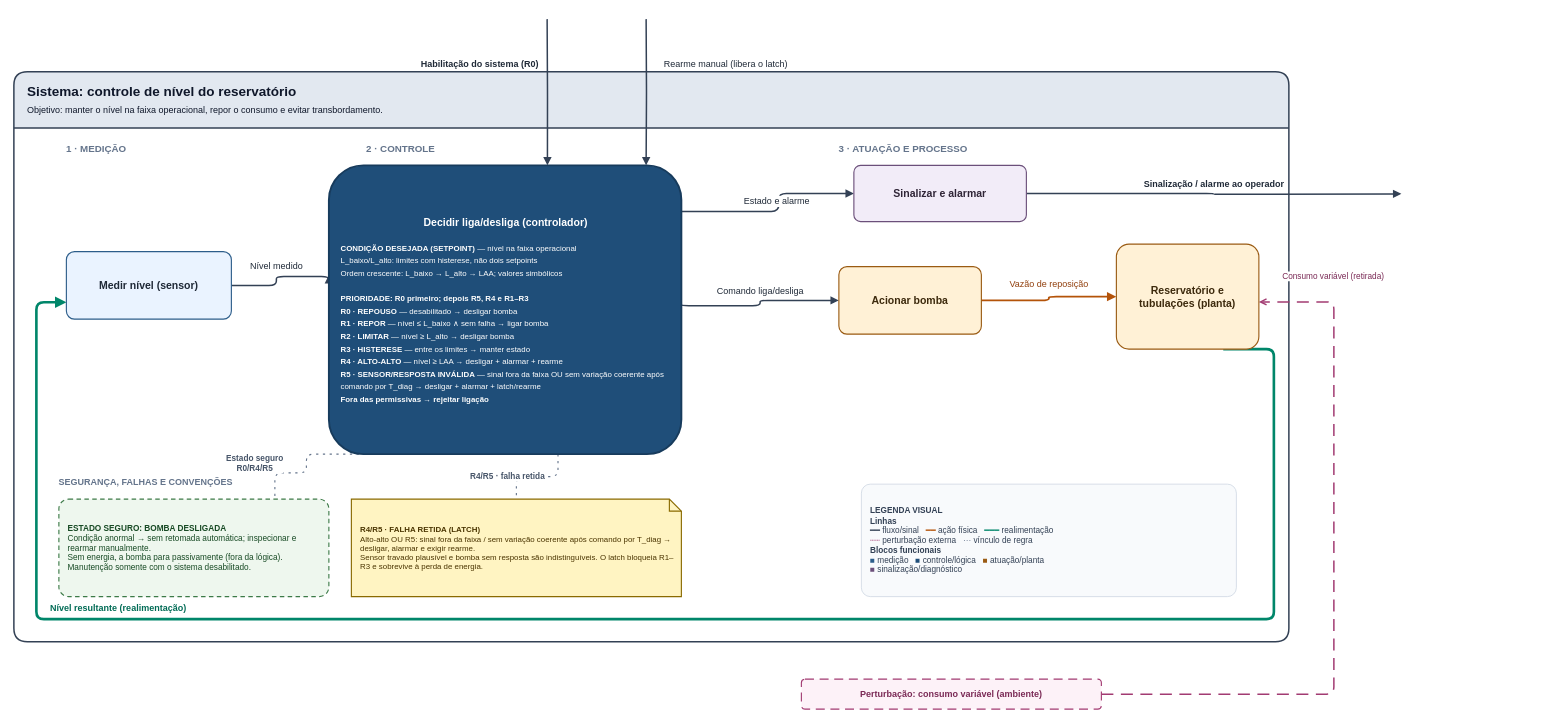
This is atividades/TP01-fundamentos/reservatorio/diagrama.drawio from MarceloMarcolino/USJT-2026.2-Sistemas-Automatizados, a draw.io file, before an edit. Source tidied: cells renumbered, new cells numbered last; positions are measured from the earlier drawing's top-left corner, leaving out a move shared by most shapes. Both pictures are drawn from the tidied source at 75%, with x=0, y=0 at pixel (14, 19).
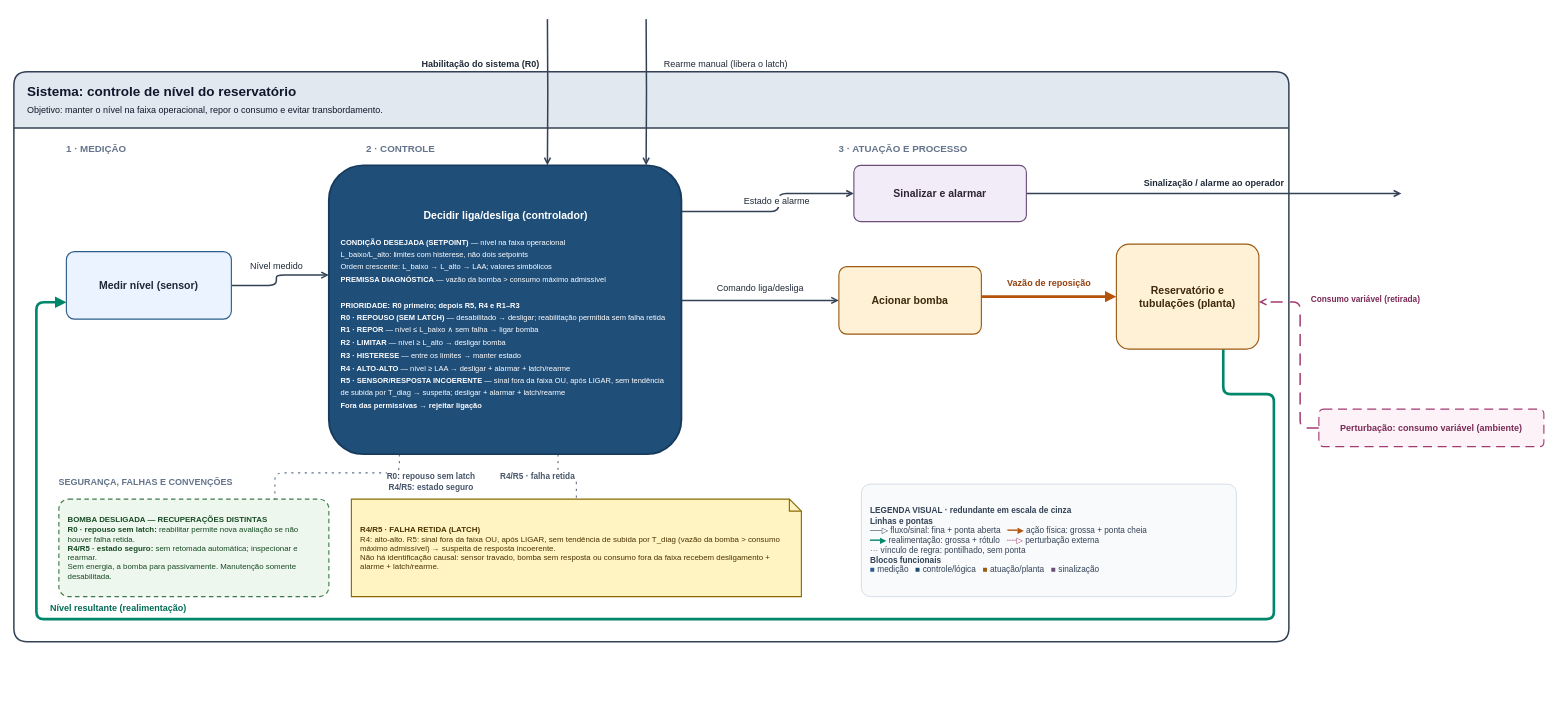
The same diagram, later.

Unchanged cells that the change refers to:
```xml
<mxCell id="18" value="Medir nível (sensor)" style="rounded=1;arcSize=12;whiteSpace=wrap;html=1;fillColor=#EAF3FF;strokeColor=#2C5D8A;strokeWidth=1.5;fontFamily=Helvetica;fontSize=14;fontStyle=1;fontColor=#1F2937;spacing=10;shadow=0;" parent="1" vertex="1">
  <mxGeometry x="70" y="310" width="220" height="90" as="geometry" />
</mxCell>
<mxCell id="20" value="Sinalizar e alarmar" style="rounded=1;arcSize=12;whiteSpace=wrap;html=1;fillColor=#F2ECF8;strokeColor=#6B4F7A;strokeWidth=1.5;fontFamily=Helvetica;fontSize=14;fontStyle=1;fontColor=#2F2436;spacing=10;shadow=0;" parent="1" vertex="1">
  <mxGeometry x="1120" y="195" width="230" height="75" as="geometry" />
</mxCell>
<mxCell id="21" value="Acionar bomba" style="rounded=1;arcSize=12;whiteSpace=wrap;html=1;fillColor=#FFF1D6;strokeColor=#9A5B13;strokeWidth=1.5;fontFamily=Helvetica;fontSize=14;fontStyle=1;fontColor=#3D2A0D;spacing=10;shadow=0;" parent="1" vertex="1">
  <mxGeometry x="1100" y="330" width="190" height="90" as="geometry" />
</mxCell>
<mxCell id="22" value="Reservatório e tubulações (planta)" style="rounded=1;arcSize=12;whiteSpace=wrap;html=1;fillColor=#FFF1D6;strokeColor=#9A5B13;strokeWidth=1.5;fontFamily=Helvetica;fontSize=14;fontStyle=1;fontColor=#3D2A0D;spacing=10;shadow=0;" parent="1" vertex="1">
  <mxGeometry x="1470" y="300" width="190" height="140" as="geometry" />
</mxCell>
```

The edit, as a diff of the source:
```diff
@@
-    <mxCell id="3" value="Comando liga/desliga" style="edgeStyle=orthogonalEdgeStyle;rounded=1;jettySize=auto;html=1;exitX=1;exitY=0.48;exitDx=0;exitDy=0;entryX=0;entryY=0.5;entryDx=0;entryDy=0;endArrow=block;endFill=1;strokeColor=#334155;strokeWidth=2;fontFamily=Helvetica;fontSize=12;fontColor=#1F2937;labelBackgroundColor=#FFFFFF;" parent="1" edge="1" source="19" target="21">
+    <mxCell id="3" value="Comando liga/desliga" style="edgeStyle=orthogonalEdgeStyle;rounded=1;jettySize=auto;html=1;exitX=1;exitY=0.4675324675;exitDx=0;exitDy=0;entryX=0;entryY=0.5;entryDx=0;entryDy=0;endArrow=open;endFill=0;strokeColor=#334155;strokeWidth=2;fontFamily=Helvetica;fontSize=12;fontColor=#1F2937;labelBackgroundColor=#FFFFFF;" parent="1" edge="1" source="19" target="21">
       <mxGeometry relative="1" as="geometry">
-        <Array as="points">
-          <mxPoint x="995" y="382" />
-          <mxPoint x="995" y="375" />
-        </Array>
         <mxPoint y="-16" as="offset" />
       </mxGeometry>
     </mxCell>
-    <mxCell id="4" value="Estado e alarme" style="edgeStyle=orthogonalEdgeStyle;rounded=1;jettySize=auto;html=1;exitX=1;exitY=0.16;exitDx=0;exitDy=0;entryX=0;entryY=0.5;entryDx=0;entryDy=0;endArrow=block;endFill=1;strokeColor=#334155;strokeWidth=2;fontFamily=Helvetica;fontSize=12;fontColor=#1F2937;labelBackgroundColor=#FFFFFF;" parent="1" edge="1" source="19" target="20">
+    <mxCell id="4" value="Estado e alarme" style="edgeStyle=orthogonalEdgeStyle;rounded=1;jettySize=auto;html=1;exitX=1;exitY=0.16;exitDx=0;exitDy=0;entryX=0;entryY=0.5;entryDx=0;entryDy=0;endArrow=open;endFill=0;strokeColor=#334155;strokeWidth=2;fontFamily=Helvetica;fontSize=12;fontColor=#1F2937;labelBackgroundColor=#FFFFFF;" parent="1" edge="1" source="19" target="20">
       <mxGeometry relative="1" as="geometry">
         <Array as="points">
-          <mxPoint x="1020" y="257" />
-          <mxPoint x="1020" y="233" />
+          <mxPoint x="1020" y="256.6" />
+          <mxPoint x="1020" y="232.5" />
         </Array>
         <mxPoint y="-14" as="offset" />
       </mxGeometry>
     </mxCell>
-    <mxCell id="5" value="Habilitação do sistema (R0)" style="edgeStyle=orthogonalEdgeStyle;rounded=1;jettySize=auto;html=1;entryX=0.62;entryY=0;entryDx=0;entryDy=0;endArrow=block;endFill=1;strokeColor=#334155;strokeWidth=2;fontFamily=Helvetica;fontSize=12;fontStyle=1;fontColor=#1F2937;labelBackgroundColor=#FFFFFF;" parent="1" edge="1" target="19">
+    <mxCell id="5" value="Habilitação do sistema (R0)" style="edgeStyle=orthogonalEdgeStyle;rounded=1;jettySize=auto;html=1;entryX=0.62;entryY=0;entryDx=0;entryDy=0;endArrow=open;endFill=0;strokeColor=#334155;strokeWidth=2;fontFamily=Helvetica;fontSize=12;fontStyle=1;fontColor=#1F2937;labelBackgroundColor=#FFFFFF;" parent="1" edge="1" target="19">
       <mxGeometry relative="1" as="geometry">
-        <mxPoint x="711" as="sourcePoint" />
+        <mxPoint x="711.4" as="sourcePoint" />
         <mxPoint x="-90" y="-38" as="offset" />
       </mxGeometry>
     </mxCell>
-    <mxCell id="6" value="Rearme manual (libera o latch)" style="edgeStyle=orthogonalEdgeStyle;rounded=1;jettySize=auto;html=1;entryX=0.9;entryY=0;entryDx=0;entryDy=0;endArrow=block;endFill=1;strokeColor=#334155;strokeWidth=2;fontFamily=Helvetica;fontSize=12;fontColor=#1F2937;labelBackgroundColor=#FFFFFF;" parent="1" edge="1" target="19">
+    <mxCell id="6" value="Rearme manual (libera o latch)" style="edgeStyle=orthogonalEdgeStyle;rounded=1;jettySize=auto;html=1;entryX=0.9;entryY=0;entryDx=0;entryDy=0;endArrow=open;endFill=0;strokeColor=#334155;strokeWidth=2;fontFamily=Helvetica;fontSize=12;fontColor=#1F2937;labelBackgroundColor=#FFFFFF;" parent="1" edge="1" target="19">
       <mxGeometry relative="1" as="geometry">
         <mxPoint x="843" as="sourcePoint" />
         <mxPoint x="105" y="-38" as="offset" />
       </mxGeometry>
     </mxCell>
     <mxCell id="7" value="R4/R5 · falha retida" style="edgeStyle=orthogonalEdgeStyle;rounded=1;jettySize=auto;html=1;exitX=0.65;exitY=1;exitDx=0;exitDy=0;entryX=0.5;entryY=0;entryDx=0;entryDy=0;dashed=1;dashPattern=2 4;endArrow=none;strokeColor=#64748B;strokeWidth=1.5;fontFamily=Helvetica;fontSize=11;fontStyle=1;fontColor=#475569;labelBackgroundColor=#FFFFFF;" parent="1" edge="1" source="19" target="23">
       <mxGeometry relative="1" as="geometry">
         <Array as="points">
-          <mxPoint x="726" y="610" />
-          <mxPoint x="670" y="610" />
+          <mxPoint x="725.5" y="610" />
+          <mxPoint x="750" y="610" />
         </Array>
         <mxPoint x="-40" as="offset" />
       </mxGeometry>
     </mxCell>
-    <mxCell id="8" value="Estado seguro&lt;br&gt;R0/R4/R5" style="edgeStyle=orthogonalEdgeStyle;rounded=1;jettySize=auto;html=1;exitX=0.2;exitY=1;exitDx=0;exitDy=0;entryX=0.8;entryY=0;entryDx=0;entryDy=0;dashed=1;dashPattern=2 4;endArrow=none;strokeColor=#64748B;strokeWidth=1.5;fontFamily=Helvetica;fontSize=11;fontStyle=1;fontColor=#475569;labelBackgroundColor=#FFFFFF;" parent="1" edge="1" source="19" target="24">
+    <mxCell id="8" value="R0: repouso sem latch&lt;br&gt;R4/R5: estado seguro" style="edgeStyle=orthogonalEdgeStyle;rounded=1;jettySize=auto;html=1;exitX=0.2;exitY=1;exitDx=0;exitDy=0;entryX=0.8;entryY=0;entryDx=0;entryDy=0;dashed=1;dashPattern=2 4;endArrow=none;strokeColor=#64748B;strokeWidth=1.5;fontFamily=Helvetica;fontSize=11;fontStyle=1;fontColor=#475569;labelBackgroundColor=#FFFFFF;" parent="1" edge="1" source="19" target="24">
       <mxGeometry relative="1" as="geometry">
         <Array as="points">
-          <mxPoint x="390" y="605" />
+          <mxPoint x="514" y="605" />
           <mxPoint x="348" y="605" />
         </Array>
-        <mxPoint x="-80" y="12" as="offset" />
+        <mxPoint x="130" y="12" as="offset" />
       </mxGeometry>
     </mxCell>
-    <mxCell id="9" value="Vazão de reposição" style="edgeStyle=orthogonalEdgeStyle;rounded=1;jettySize=auto;html=1;exitX=1;exitY=0.5;exitDx=0;exitDy=0;entryX=0;entryY=0.5;entryDx=0;entryDy=0;endArrow=block;endFill=1;strokeColor=#B45309;strokeWidth=2.5;fontFamily=Helvetica;fontSize=12;fontColor=#92400E;labelBackgroundColor=#FFFFFF;" parent="1" edge="1" source="21" target="22">
+    <mxCell id="9" value="Vazão de reposição" style="edgeStyle=orthogonalEdgeStyle;rounded=1;jettySize=auto;html=1;exitX=1;exitY=0.4444444444;exitDx=0;exitDy=0;entryX=0;entryY=0.5;entryDx=0;entryDy=0;endArrow=block;endFill=1;strokeColor=#B45309;strokeWidth=3.5;fontFamily=Helvetica;fontSize=12;fontStyle=1;fontColor=#92400E;labelBackgroundColor=#FFFFFF;" parent="1" edge="1" source="21" target="22">
       <mxGeometry relative="1" as="geometry">
         <mxPoint y="-18" as="offset" />
       </mxGeometry>
     </mxCell>
     <mxCell id="10" value="Nível resultante (realimentação)" style="edgeStyle=orthogonalEdgeStyle;rounded=1;jettySize=auto;html=1;exitX=0.75;exitY=1;exitDx=0;exitDy=0;entryX=0;entryY=0.75;entryDx=0;entryDy=0;endArrow=block;endFill=1;strokeColor=#00866A;strokeWidth=3.5;fontFamily=Helvetica;fontSize=12;fontStyle=1;fontColor=#006B55;labelBackgroundColor=#FFFFFF;" parent="1" edge="1" source="22" target="18">
       <mxGeometry x="0.55" y="-14" relative="1" as="geometry">
         <Array as="points">
-          <mxPoint x="1680" y="440" />
+          <mxPoint x="1612.5" y="500" />
+          <mxPoint x="1680" y="500" />
           <mxPoint x="1680" y="800" />
           <mxPoint x="30" y="800" />
-          <mxPoint x="30" y="378" />
+          <mxPoint x="30" y="377.5" />
         </Array>
       </mxGeometry>
     </mxCell>
-    <mxCell id="11" value="Sinalização / alarme ao operador" style="edgeStyle=orthogonalEdgeStyle;rounded=1;jettySize=auto;html=1;exitX=1;exitY=0.5;exitDx=0;exitDy=0;endArrow=block;endFill=1;strokeColor=#334155;strokeWidth=2;fontFamily=Helvetica;fontSize=12;fontStyle=1;fontColor=#1F2937;labelBackgroundColor=#FFFFFF;" parent="1" edge="1" source="20">
+    <mxCell id="11" value="Sinalização / alarme ao operador" style="edgeStyle=orthogonalEdgeStyle;rounded=1;jettySize=auto;html=1;exitX=1;exitY=0.5;exitDx=0;exitDy=0;endArrow=open;endFill=0;strokeColor=#334155;strokeWidth=2;fontFamily=Helvetica;fontSize=12;fontStyle=1;fontColor=#1F2937;labelBackgroundColor=#FFFFFF;" parent="1" edge="1" source="20">
       <mxGeometry relative="1" as="geometry">
-        <mxPoint x="1850" y="233" as="targetPoint" />
+        <mxPoint x="1850" y="232.5" as="targetPoint" />
         <mxPoint y="-14" as="offset" />
       </mxGeometry>
     </mxCell>
-    <mxCell id="12" value="Nível medido" style="edgeStyle=orthogonalEdgeStyle;rounded=1;jettySize=auto;html=1;exitX=1;exitY=0.5;exitDx=0;exitDy=0;entryX=0;entryY=0.38;entryDx=0;entryDy=0;endArrow=block;endFill=1;strokeColor=#334155;strokeWidth=2;fontFamily=Helvetica;fontSize=12;fontColor=#1F2937;labelBackgroundColor=#FFFFFF;" parent="1" edge="1" source="18" target="19">
+    <mxCell id="12" value="Nível medido" style="edgeStyle=orthogonalEdgeStyle;rounded=1;jettySize=auto;html=1;exitX=1;exitY=0.5;exitDx=0;exitDy=0;entryX=0;entryY=0.38;entryDx=0;entryDy=0;endArrow=open;endFill=0;strokeColor=#334155;strokeWidth=2;fontFamily=Helvetica;fontSize=12;fontColor=#1F2937;labelBackgroundColor=#FFFFFF;" parent="1" edge="1" source="18" target="19">
       <mxGeometry relative="1" as="geometry">
         <Array as="points">
           <mxPoint x="350" y="355" />
-          <mxPoint x="350" y="343" />
+          <mxPoint x="350" y="341.3" />
         </Array>
         <mxPoint y="-14" as="offset" />
       </mxGeometry>
     </mxCell>
-    <mxCell id="13" value="Consumo variável (retirada)" style="edgeStyle=orthogonalEdgeStyle;rounded=1;jettySize=auto;html=1;exitX=1;exitY=0.5;exitDx=0;exitDy=0;entryX=1;entryY=0.55;entryDx=0;entryDy=0;dashed=1;dashPattern=8 5;endArrow=open;endFill=0;strokeColor=#A23B72;strokeWidth=2;fontFamily=Helvetica;fontSize=11;fontColor=#7A2955;labelBackgroundColor=#FFFFFF;" parent="1" edge="1" source="25" target="22">
-      <mxGeometry x="0.82" y="-12" relative="1" as="geometry">
+    <mxCell id="13" value="Consumo variável (retirada)" style="edgeStyle=orthogonalEdgeStyle;rounded=1;jettySize=auto;html=1;exitX=0;exitY=0.5;exitDx=0;exitDy=0;entryX=1;entryY=0.55;entryDx=0;entryDy=0;dashed=1;dashPattern=8 5;endArrow=open;endFill=0;strokeColor=#A23B72;strokeWidth=2;fontFamily=Helvetica;fontSize=11;fontStyle=1;fontColor=#7A2955;labelBackgroundColor=#FFFFFF;" parent="1" edge="1" source="25" target="22">
+      <mxGeometry x="0.52" y="-12" relative="1" as="geometry">
         <Array as="points">
-          <mxPoint x="1760" y="900" />
-          <mxPoint x="1760" y="377" />
+          <mxPoint x="1715" y="545" />
+          <mxPoint x="1715" y="377" />
         </Array>
-        <mxPoint x="15" y="-22" as="offset" />
+        <mxPoint x="75" y="-8" as="offset" />
       </mxGeometry>
     </mxCell>
@@
-    <mxCell id="19" value="&lt;div style=&quot;text-align:center&quot;&gt;&lt;b&gt;Decidir liga/desliga (controlador)&lt;/b&gt;&lt;/div&gt;&lt;br&gt;&lt;font style=&quot;font-size:10.5px&quot;&gt;&lt;b&gt;CONDIÇÃO DESEJADA (SETPOINT)&lt;/b&gt; — nível na faixa operacional&lt;br&gt;L_baixo/L_alto: limites com histerese, não dois setpoints&lt;br&gt;Ordem crescente: L_baixo → L_alto → LAA; valores simbólicos&lt;br&gt;&lt;br&gt;&lt;b&gt;PRIORIDADE: R0 primeiro; depois R5, R4 e R1–R3&lt;/b&gt;&lt;br&gt;&lt;b&gt;R0 · REPOUSO&lt;/b&gt; — desabilitado → desligar bomba&lt;br&gt;&lt;b&gt;R1 · REPOR&lt;/b&gt; — nível ≤ L_baixo ∧ sem falha → ligar bomba&lt;br&gt;&lt;b&gt;R2 · LIMITAR&lt;/b&gt; — nível ≥ L_alto → desligar bomba&lt;br&gt;&lt;b&gt;R3 · HISTERESE&lt;/b&gt; — entre os limites → manter estado&lt;br&gt;&lt;b&gt;R4 · ALTO-ALTO&lt;/b&gt; — nível ≥ LAA → desligar + alarmar + rearme&lt;br&gt;&lt;b&gt;R5 · SENSOR/RESPOSTA INVÁLIDA&lt;/b&gt; — sinal fora da faixa OU sem variação coerente após comando por T_diag → desligar + alarmar + latch/rearme&lt;br&gt;&lt;b&gt;Fora das permissivas → rejeitar ligação&lt;/b&gt;&lt;/font&gt;" style="rounded=1;arcSize=12;whiteSpace=wrap;html=1;fillColor=#1F4E79;strokeColor=#173B5C;strokeWidth=2.5;fontFamily=Helvetica;fontSize=14;fontColor=#FFFFFF;align=left;verticalAlign=middle;spacing=16;shadow=0;" parent="1" vertex="1">
+    <mxCell id="19" value="&lt;div style=&quot;text-align:center&quot;&gt;&lt;b&gt;Decidir liga/desliga (controlador)&lt;/b&gt;&lt;/div&gt;&lt;br&gt;&lt;font style=&quot;font-size:10px&quot;&gt;&lt;b&gt;CONDIÇÃO DESEJADA (SETPOINT)&lt;/b&gt; — nível na faixa operacional&lt;br&gt;L_baixo/L_alto: limites com histerese, não dois setpoints&lt;br&gt;Ordem crescente: L_baixo → L_alto → LAA; valores simbólicos&lt;br&gt;&lt;b&gt;PREMISSA DIAGNÓSTICA&lt;/b&gt; — vazão da bomba &gt; consumo máximo admissível&lt;br&gt;&lt;br&gt;&lt;b&gt;PRIORIDADE: R0 primeiro; depois R5, R4 e R1–R3&lt;/b&gt;&lt;br&gt;&lt;b&gt;R0 · REPOUSO (SEM LATCH)&lt;/b&gt; — desabilitado → desligar; reabilitação permitida sem falha retida&lt;br&gt;&lt;b&gt;R1 · REPOR&lt;/b&gt; — nível ≤ L_baixo ∧ sem falha → ligar bomba&lt;br&gt;&lt;b&gt;R2 · LIMITAR&lt;/b&gt; — nível ≥ L_alto → desligar bomba&lt;br&gt;&lt;b&gt;R3 · HISTERESE&lt;/b&gt; — entre os limites → manter estado&lt;br&gt;&lt;b&gt;R4 · ALTO-ALTO&lt;/b&gt; — nível ≥ LAA → desligar + alarmar + latch/rearme&lt;br&gt;&lt;b&gt;R5 · SENSOR/RESPOSTA INCOERENTE&lt;/b&gt; — sinal fora da faixa OU, após LIGAR, sem tendência de subida por T_diag → suspeita; desligar + alarmar + latch/rearme&lt;br&gt;&lt;b&gt;Fora das permissivas → rejeitar ligação&lt;/b&gt;&lt;/font&gt;" style="rounded=1;arcSize=12;whiteSpace=wrap;html=1;fillColor=#1F4E79;strokeColor=#173B5C;strokeWidth=2.5;fontFamily=Helvetica;fontSize=14;fontColor=#FFFFFF;align=left;verticalAlign=middle;spacing=16;shadow=0;" parent="1" vertex="1">
       <mxGeometry x="420" y="195" width="470" height="385" as="geometry" />
     </mxCell>
@@
-    <mxCell id="23" value="&lt;b&gt;R4/R5 · FALHA RETIDA (LATCH)&lt;/b&gt;&lt;br&gt;Alto-alto OU R5: sinal fora da faixa / sem variação coerente após comando por T_diag → desligar, alarmar e exigir rearme.&lt;br&gt;Sensor travado plausível e bomba sem resposta são indistinguíveis. O latch bloqueia R1–R3 e sobrevive à perda de energia." style="shape=note;whiteSpace=wrap;html=1;size=16;fillColor=#FFF4C2;strokeColor=#8A6A00;strokeWidth=1.5;fontFamily=Helvetica;fontSize=10.5;fontColor=#4A3400;align=left;verticalAlign=middle;spacing=12;shadow=0;" parent="1" vertex="1">
-      <mxGeometry x="450" y="640" width="440" height="130" as="geometry" />
+    <mxCell id="23" value="&lt;b&gt;R4/R5 · FALHA RETIDA (LATCH)&lt;/b&gt;&lt;br&gt;R4: alto-alto. R5: sinal fora da faixa OU, após LIGAR, sem tendência de subida por T_diag (vazão da bomba &gt; consumo máximo admissível) → suspeita de resposta incoerente.&lt;br&gt;Não há identificação causal: sensor travado, bomba sem resposta ou consumo fora da faixa recebem desligamento + alarme + latch/rearme." style="shape=note;whiteSpace=wrap;html=1;size=16;fillColor=#FFF4C2;strokeColor=#8A6A00;strokeWidth=1.5;fontFamily=Helvetica;fontSize=10.5;fontColor=#4A3400;align=left;verticalAlign=middle;spacing=12;shadow=0;" parent="1" vertex="1">
+      <mxGeometry x="450" y="640" width="600" height="130" as="geometry" />
     </mxCell>
-    <mxCell id="24" value="&lt;b&gt;ESTADO SEGURO: BOMBA DESLIGADA&lt;/b&gt;&lt;br&gt;Condição anormal → sem retomada automática; inspecionar e rearmar manualmente.&lt;br&gt;Sem energia, a bomba para passivamente (fora da lógica). Manutenção somente com o sistema desabilitado." style="rounded=1;arcSize=10;whiteSpace=wrap;html=1;fillColor=#EEF7EE;strokeColor=#3C7A47;strokeWidth=1.5;dashed=1;dashPattern=4 3;fontFamily=Helvetica;fontSize=11;fontColor=#174A24;align=left;verticalAlign=middle;spacing=12;shadow=0;" parent="1" vertex="1">
+    <mxCell id="24" value="&lt;b&gt;BOMBA DESLIGADA — RECUPERAÇÕES DISTINTAS&lt;/b&gt;&lt;br&gt;&lt;b&gt;R0 · repouso sem latch:&lt;/b&gt; reabilitar permite nova avaliação se não houver falha retida.&lt;br&gt;&lt;b&gt;R4/R5 · estado seguro:&lt;/b&gt; sem retomada automática; inspecionar e rearmar.&lt;br&gt;Sem energia, a bomba para passivamente. Manutenção somente desabilitada." style="rounded=1;arcSize=10;whiteSpace=wrap;html=1;fillColor=#EEF7EE;strokeColor=#3C7A47;strokeWidth=1.5;dashed=1;dashPattern=4 3;fontFamily=Helvetica;fontSize=10.5;fontColor=#174A24;align=left;verticalAlign=middle;spacing=12;shadow=0;" parent="1" vertex="1">
       <mxGeometry x="60" y="640" width="360" height="130" as="geometry" />
     </mxCell>
     <mxCell id="25" value="Perturbação: consumo variável (ambiente)" style="rounded=1;arcSize=12;whiteSpace=wrap;html=1;fillColor=#FDF2F8;strokeColor=#A23B72;strokeWidth=1.5;dashed=1;dashPattern=8 5;fontFamily=Helvetica;fontSize=12;fontStyle=1;fontColor=#7A2955;align=center;verticalAlign=middle;spacing=8;shadow=0;" parent="1" vertex="1">
-      <mxGeometry x="1050" y="880" width="400" height="40" as="geometry" />
+      <mxGeometry x="1740" y="520" width="300" height="50" as="geometry" />
     </mxCell>
-    <mxCell id="26" value="&lt;b&gt;LEGENDA VISUAL&lt;/b&gt;&lt;br&gt;&lt;b&gt;Linhas&lt;/b&gt;&lt;br&gt;&lt;font color=&quot;#334155&quot;&gt;━━&lt;/font&gt; fluxo/sinal&amp;nbsp;&amp;nbsp; &lt;font color=&quot;#B45309&quot;&gt;━━&lt;/font&gt; ação física&amp;nbsp;&amp;nbsp; &lt;font color=&quot;#00866A&quot;&gt;━━━&lt;/font&gt; realimentação&lt;br&gt;&lt;font color=&quot;#A23B72&quot;&gt;┄┄&lt;/font&gt; perturbação externa&amp;nbsp;&amp;nbsp; &lt;font color=&quot;#64748B&quot;&gt;···&lt;/font&gt; vínculo de regra&lt;br&gt;&lt;b&gt;Blocos funcionais&lt;/b&gt;&lt;br&gt;&lt;font color=&quot;#2C5D8A&quot;&gt;■&lt;/font&gt; medição&amp;nbsp;&amp;nbsp; &lt;font color=&quot;#1F4E79&quot;&gt;■&lt;/font&gt; controle/lógica&amp;nbsp;&amp;nbsp; &lt;font color=&quot;#9A5B13&quot;&gt;■&lt;/font&gt; atuação/planta&lt;br&gt;&lt;font color=&quot;#6B4F7A&quot;&gt;■&lt;/font&gt; sinalização/diagnóstico" style="rounded=1;arcSize=8;whiteSpace=wrap;html=1;fillColor=#F8FAFC;strokeColor=#CBD5E1;strokeWidth=1;fontFamily=Helvetica;fontSize=11;fontColor=#334155;align=left;verticalAlign=middle;spacing=12;shadow=0;" parent="1" vertex="1">
+    <mxCell id="26" value="&lt;b&gt;LEGENDA VISUAL · redundante em escala de cinza&lt;/b&gt;&lt;br&gt;&lt;b&gt;Linhas e pontas&lt;/b&gt;&lt;br&gt;&lt;font color=&quot;#334155&quot;&gt;──▷&lt;/font&gt; fluxo/sinal: fina + ponta aberta&amp;nbsp;&amp;nbsp; &lt;font color=&quot;#B45309&quot;&gt;━━▶&lt;/font&gt; ação física: grossa + ponta cheia&lt;br&gt;&lt;font color=&quot;#00866A&quot;&gt;━━▶&lt;/font&gt; realimentação: grossa + rótulo&amp;nbsp;&amp;nbsp; &lt;font color=&quot;#A23B72&quot;&gt;┄┄▷&lt;/font&gt; perturbação externa&lt;br&gt;&lt;font color=&quot;#64748B&quot;&gt;···&lt;/font&gt; vínculo de regra: pontilhado, sem ponta&lt;br&gt;&lt;b&gt;Blocos funcionais&lt;/b&gt;&lt;br&gt;&lt;font color=&quot;#2C5D8A&quot;&gt;■&lt;/font&gt; medição&amp;nbsp;&amp;nbsp; &lt;font color=&quot;#1F4E79&quot;&gt;■&lt;/font&gt; controle/lógica&amp;nbsp;&amp;nbsp; &lt;font color=&quot;#9A5B13&quot;&gt;■&lt;/font&gt; atuação/planta&amp;nbsp;&amp;nbsp; &lt;font color=&quot;#6B4F7A&quot;&gt;■&lt;/font&gt; sinalização" style="rounded=1;arcSize=8;whiteSpace=wrap;html=1;fillColor=#F8FAFC;strokeColor=#CBD5E1;strokeWidth=1;fontFamily=Helvetica;fontSize=11;fontColor=#334155;align=left;verticalAlign=middle;spacing=12;shadow=0;" parent="1" vertex="1">
       <mxGeometry x="1130" y="620" width="500" height="150" as="geometry" />
     </mxCell>
```
